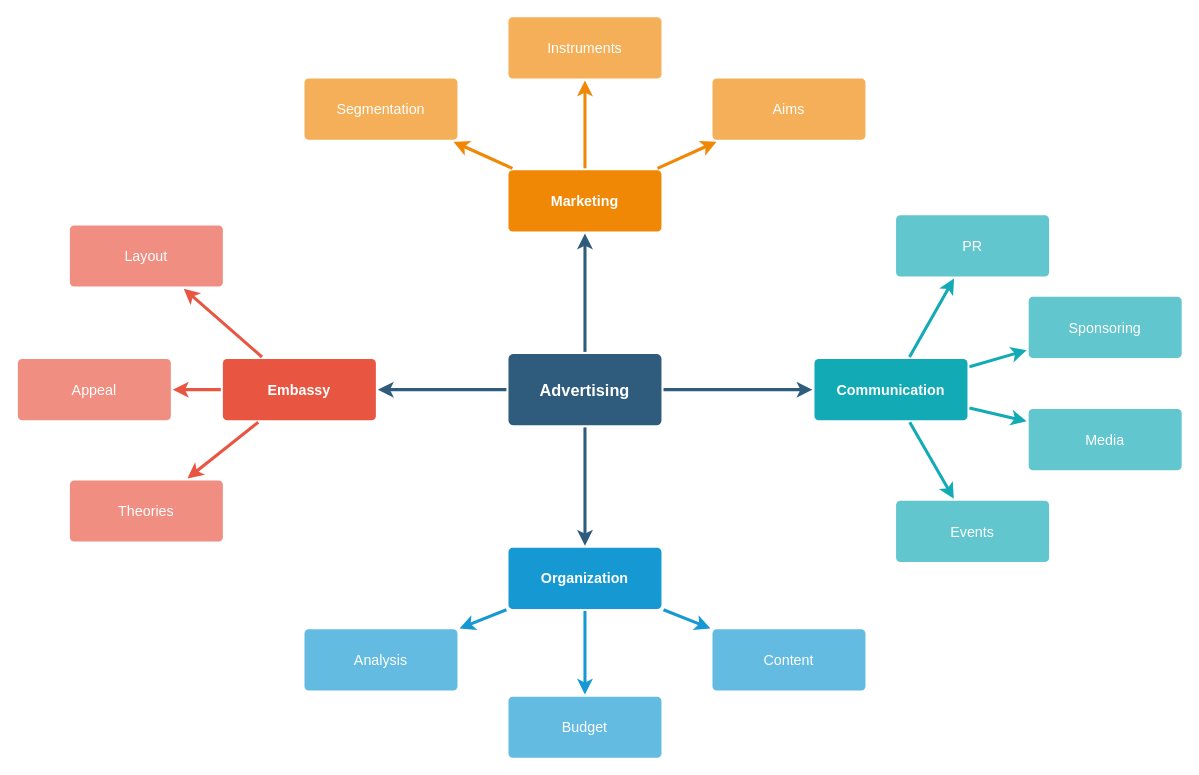
ashutoshmjain/gita keeps this draw.io diagram as src/Untitled Diagram.drawio. Above is the earlier version. Source tidied: cells renumbered, new cells numbered last; positions are measured from the earlier drawing's top-left corner, leaving out a move shared by most shapes. Both pictures are drawn from the tidied source at 102%, with x=0, y=0 at pixel (17, 16).
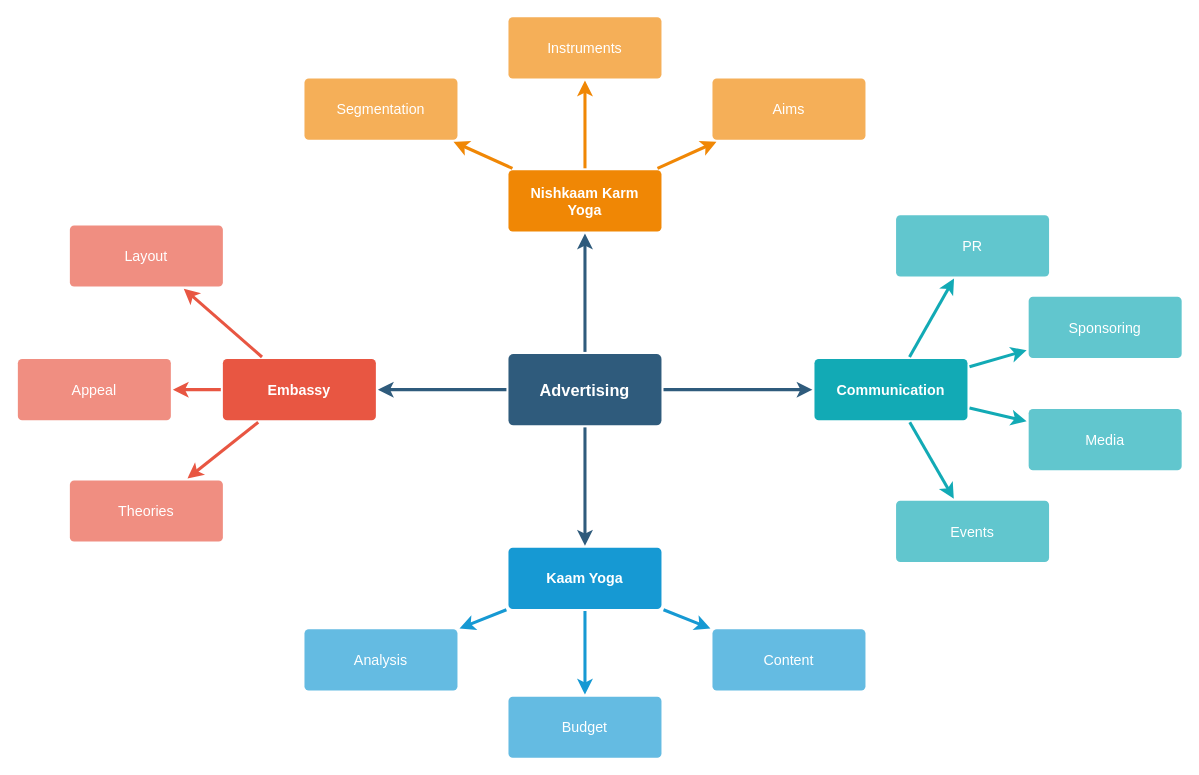
Above is the later version.

The edit, as a diff of the source:
```diff
@@
-    <mxCell id="17" value="Organization" style="rounded=1;whiteSpace=wrap;html=1;shadow=0;labelBackgroundColor=none;strokeColor=none;strokeWidth=3;fillColor=#1699d3;fontFamily=Helvetica;fontSize=14;fontColor=#FFFFFF;align=center;spacing=5;fontStyle=1;arcSize=7;perimeterSpacing=2;" parent="1" vertex="1">
+    <mxCell id="17" value="Kaam Yoga" style="rounded=1;whiteSpace=wrap;html=1;shadow=0;labelBackgroundColor=none;strokeColor=none;strokeWidth=3;fillColor=#1699d3;fontFamily=Helvetica;fontSize=14;fontColor=#FFFFFF;align=center;spacing=5;fontStyle=1;arcSize=7;perimeterSpacing=2;" parent="1" vertex="1">
       <mxGeometry x="481" y="520.5" width="150" height="60" as="geometry" />
     </mxCell>
@@
-    <mxCell id="21" value="Marketing" style="rounded=1;whiteSpace=wrap;html=1;shadow=0;labelBackgroundColor=none;strokeColor=none;strokeWidth=3;fillColor=#F08705;fontFamily=Helvetica;fontSize=14;fontColor=#FFFFFF;align=center;spacing=5;fontStyle=1;arcSize=7;perimeterSpacing=2;" parent="1" vertex="1">
+    <mxCell id="21" value="Nishkaam Karm Yoga" style="rounded=1;whiteSpace=wrap;html=1;shadow=0;labelBackgroundColor=none;strokeColor=none;strokeWidth=3;fillColor=#F08705;fontFamily=Helvetica;fontSize=14;fontColor=#FFFFFF;align=center;spacing=5;fontStyle=1;arcSize=7;perimeterSpacing=2;" parent="1" vertex="1">
       <mxGeometry x="481" y="150.5" width="150" height="60" as="geometry" />
     </mxCell>
```
